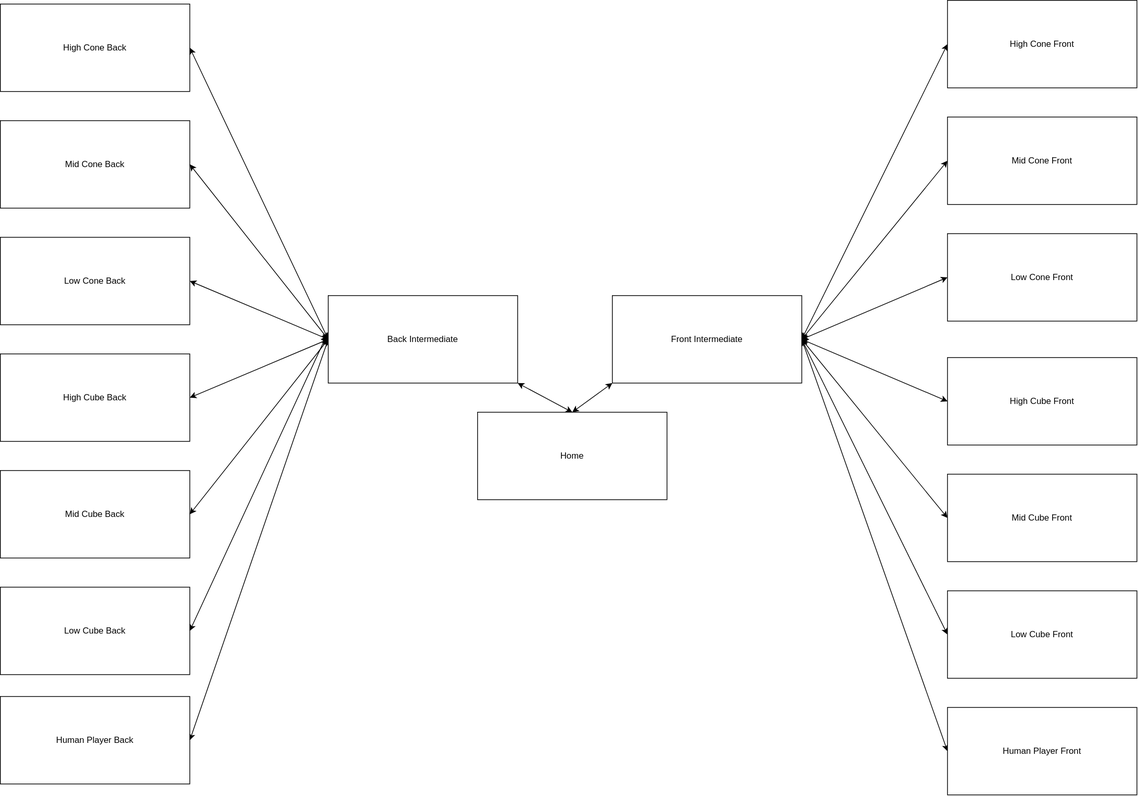
The draw.io diagram StateMachine.drawio.svg in frcteam195/2023_arm_node, before a commit. Source tidied: cells renumbered, new cells last; positions are measured from the earlier drawing's top-left corner, leaving out a move shared by most shapes.
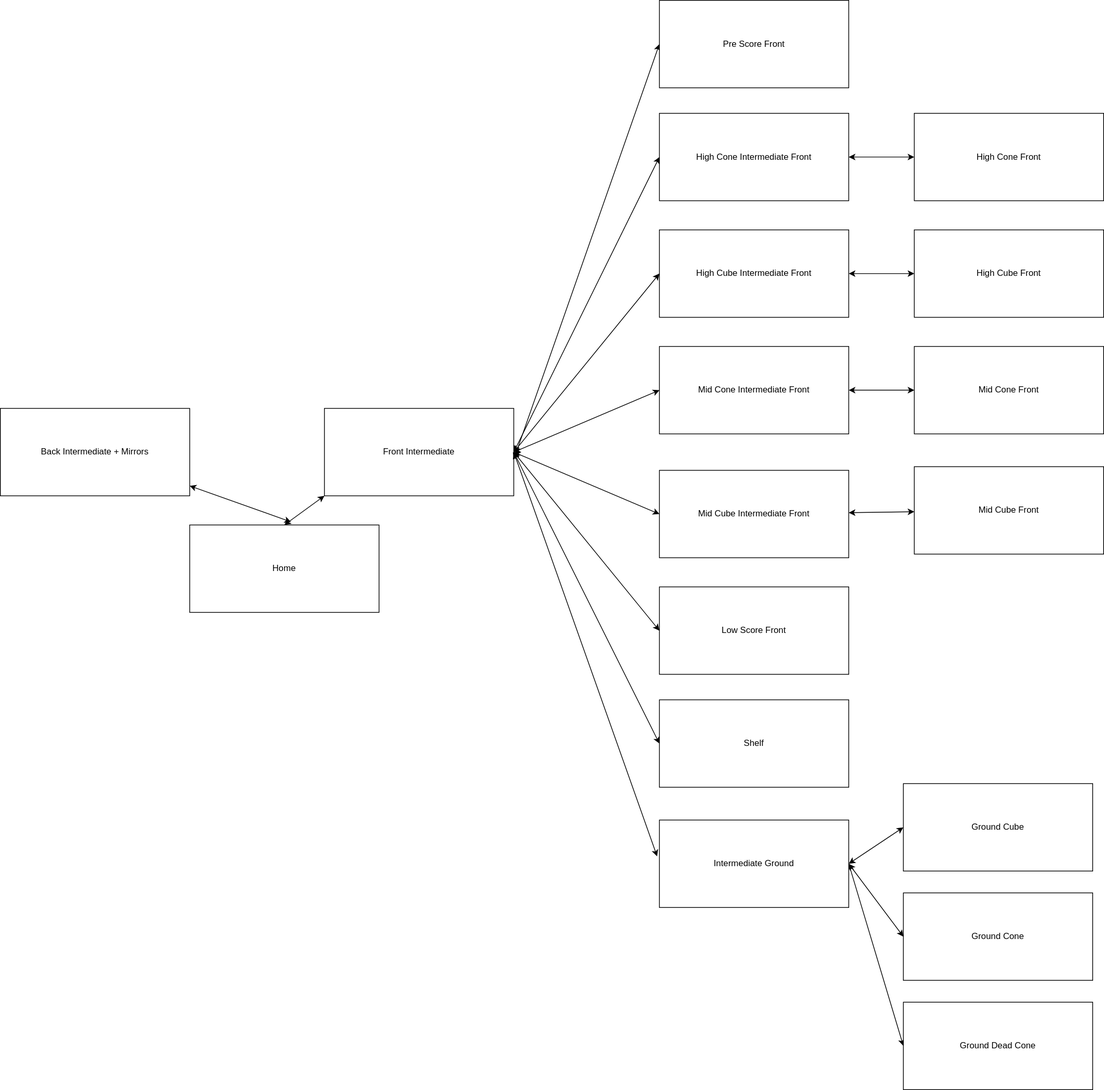
Above is the later version.

Diff of the diagram source:
```diff
@@ -8,7 +8,10 @@
     <mxCell id="3" style="edgeStyle=none;html=1;exitX=0;exitY=0.5;exitDx=0;exitDy=0;entryX=1;entryY=0.5;entryDx=0;entryDy=0;startArrow=classic;startFill=1;" parent="1" edge="1" source="4" target="34">
       <mxGeometry relative="1" as="geometry" />
     </mxCell>
+    <mxCell id="35" style="edgeStyle=none;html=1;entryX=0;entryY=0.5;entryDx=0;entryDy=0;startArrow=classic;startFill=1;" parent="1" edge="1" source="4" target="49">
+      <mxGeometry relative="1" as="geometry" />
+    </mxCell>
-    <mxCell id="4" value="High Cone Front" style="rounded=0;whiteSpace=wrap;html=1;" parent="1" vertex="1">
+    <mxCell id="4" value="High Cone Intermediate Front" style="rounded=0;whiteSpace=wrap;html=1;" parent="1" vertex="1">
       <mxGeometry x="1300" width="260" height="120" as="geometry" />
     </mxCell>
     <mxCell id="5" style="edgeStyle=none;html=1;exitX=0;exitY=0.5;exitDx=0;exitDy=0;startArrow=classic;startFill=1;" parent="1" edge="1" source="6">
@@ -16,7 +19,10 @@
         <mxPoint x="1100" y="465" as="targetPoint" />
       </mxGeometry>
     </mxCell>
+    <mxCell id="36" style="edgeStyle=none;html=1;entryX=0;entryY=0.5;entryDx=0;entryDy=0;startArrow=classic;startFill=1;" parent="1" edge="1" source="6" target="50">
+      <mxGeometry relative="1" as="geometry" />
+    </mxCell>
-    <mxCell id="6" value="Mid Cone Front" style="rounded=0;whiteSpace=wrap;html=1;" parent="1" vertex="1">
+    <mxCell id="6" value="High Cube Intermediate Front" style="rounded=0;whiteSpace=wrap;html=1;" parent="1" vertex="1">
       <mxGeometry x="1300" y="160" width="260" height="120" as="geometry" />
     </mxCell>
     <mxCell id="7" style="edgeStyle=none;html=1;exitX=0;exitY=0.5;exitDx=0;exitDy=0;startArrow=classic;startFill=1;" parent="1" edge="1" source="8">
@@ -24,7 +30,7 @@
         <mxPoint x="1100" y="465" as="targetPoint" />
       </mxGeometry>
     </mxCell>
-    <mxCell id="8" value="Low Cone Front" style="rounded=0;whiteSpace=wrap;html=1;" parent="1" vertex="1">
+    <mxCell id="8" value="Mid Cone Intermediate Front" style="rounded=0;whiteSpace=wrap;html=1;" parent="1" vertex="1">
       <mxGeometry x="1300" y="320" width="260" height="120" as="geometry" />
     </mxCell>
     <mxCell id="9" style="edgeStyle=none;html=1;exitX=0;exitY=0.5;exitDx=0;exitDy=0;startArrow=classic;startFill=1;" parent="1" edge="1" source="10">
@@ -32,7 +38,7 @@
         <mxPoint x="1100" y="465" as="targetPoint" />
       </mxGeometry>
     </mxCell>
-    <mxCell id="10" value="High Cube Front" style="rounded=0;whiteSpace=wrap;html=1;" parent="1" vertex="1">
+    <mxCell id="10" value="Mid Cube Intermediate Front" style="rounded=0;whiteSpace=wrap;html=1;" parent="1" vertex="1">
       <mxGeometry x="1300" y="490" width="260" height="120" as="geometry" />
     </mxCell>
     <mxCell id="11" style="edgeStyle=none;html=1;exitX=0;exitY=0.5;exitDx=0;exitDy=0;startArrow=classic;startFill=1;" parent="1" edge="1" source="12">
@@ -40,84 +46,80 @@
         <mxPoint x="1100" y="465" as="targetPoint" />
       </mxGeometry>
     </mxCell>
-    <mxCell id="12" value="Mid Cube Front" style="rounded=0;whiteSpace=wrap;html=1;" parent="1" vertex="1">
+    <mxCell id="12" value="Low Score Front" style="rounded=0;whiteSpace=wrap;html=1;" parent="1" vertex="1">
       <mxGeometry x="1300" y="650" width="260" height="120" as="geometry" />
     </mxCell>
-    <mxCell id="13" style="edgeStyle=none;html=1;exitX=0;exitY=0.5;exitDx=0;exitDy=0;startArrow=classic;startFill=1;" parent="1" edge="1" source="14">
-      <mxGeometry relative="1" as="geometry">
-        <mxPoint x="1100" y="465" as="targetPoint" />
-      </mxGeometry>
-    </mxCell>
-    <mxCell id="14" value="Low Cube Front" style="rounded=0;whiteSpace=wrap;html=1;" parent="1" vertex="1">
-      <mxGeometry x="1300" y="810" width="260" height="120" as="geometry" />
-    </mxCell>
-    <mxCell id="15" style="edgeStyle=none;html=1;exitX=1;exitY=0.5;exitDx=0;exitDy=0;entryX=0;entryY=0.5;entryDx=0;entryDy=0;startArrow=classic;startFill=1;" parent="1" edge="1" source="16" target="32">
-      <mxGeometry relative="1" as="geometry" />
-    </mxCell>
-    <mxCell id="16" value="High Cone Back" style="rounded=0;whiteSpace=wrap;html=1;" parent="1" vertex="1">
-      <mxGeometry y="5" width="260" height="120" as="geometry" />
-    </mxCell>
-    <mxCell id="17" style="edgeStyle=none;html=1;exitX=1;exitY=0.5;exitDx=0;exitDy=0;entryX=0;entryY=0.5;entryDx=0;entryDy=0;startArrow=classic;startFill=1;" parent="1" edge="1" source="18" target="32">
-      <mxGeometry relative="1" as="geometry" />
-    </mxCell>
-    <mxCell id="18" value="Mid Cone Back" style="rounded=0;whiteSpace=wrap;html=1;" parent="1" vertex="1">
-      <mxGeometry y="165" width="260" height="120" as="geometry" />
-    </mxCell>
-    <mxCell id="19" style="edgeStyle=none;html=1;exitX=1;exitY=0.5;exitDx=0;exitDy=0;entryX=0;entryY=0.5;entryDx=0;entryDy=0;startArrow=classic;startFill=1;" parent="1" edge="1" source="20" target="32">
-      <mxGeometry relative="1" as="geometry" />
-    </mxCell>
-    <mxCell id="20" value="Low Cone Back" style="rounded=0;whiteSpace=wrap;html=1;" parent="1" vertex="1">
-      <mxGeometry y="325" width="260" height="120" as="geometry" />
-    </mxCell>
-    <mxCell id="21" style="edgeStyle=none;html=1;exitX=1;exitY=0.5;exitDx=0;exitDy=0;startArrow=classic;startFill=1;" parent="1" edge="1" source="22">
-      <mxGeometry relative="1" as="geometry">
-        <mxPoint x="450" y="455" as="targetPoint" />
-      </mxGeometry>
-    </mxCell>
-    <mxCell id="22" value="Low Cube Back" style="rounded=0;whiteSpace=wrap;html=1;" parent="1" vertex="1">
-      <mxGeometry y="805" width="260" height="120" as="geometry" />
-    </mxCell>
-    <mxCell id="23" style="edgeStyle=none;html=1;exitX=1;exitY=0.5;exitDx=0;exitDy=0;entryX=0;entryY=0.5;entryDx=0;entryDy=0;startArrow=classic;startFill=1;" parent="1" edge="1" source="24" target="32">
-      <mxGeometry relative="1" as="geometry" />
-    </mxCell>
-    <mxCell id="24" value="Mid Cube Back" style="rounded=0;whiteSpace=wrap;html=1;" parent="1" vertex="1">
-      <mxGeometry y="645" width="260" height="120" as="geometry" />
-    </mxCell>
-    <mxCell id="25" style="edgeStyle=none;html=1;exitX=1;exitY=0.5;exitDx=0;exitDy=0;startArrow=classic;startFill=1;" parent="1" edge="1" source="26">
-      <mxGeometry relative="1" as="geometry">
-        <mxPoint x="450" y="465" as="targetPoint" />
-      </mxGeometry>
-    </mxCell>
-    <mxCell id="26" value="High Cube Back" style="rounded=0;whiteSpace=wrap;html=1;" parent="1" vertex="1">
-      <mxGeometry y="485" width="260" height="120" as="geometry" />
-    </mxCell>
-    <mxCell id="27" style="edgeStyle=none;html=1;exitX=1;exitY=0.5;exitDx=0;exitDy=0;startArrow=classic;startFill=1;" parent="1" edge="1" source="28">
-      <mxGeometry relative="1" as="geometry">
-        <mxPoint x="450" y="465" as="targetPoint" />
-      </mxGeometry>
-    </mxCell>
-    <mxCell id="28" value="Human Player Back" style="rounded=0;whiteSpace=wrap;html=1;" parent="1" vertex="1">
-      <mxGeometry y="955" width="260" height="120" as="geometry" />
-    </mxCell>
     <mxCell id="29" style="edgeStyle=none;html=1;exitX=0;exitY=0.5;exitDx=0;exitDy=0;startArrow=classic;startFill=1;" parent="1" edge="1" source="30">
       <mxGeometry relative="1" as="geometry">
         <mxPoint x="1100" y="465" as="targetPoint" />
       </mxGeometry>
     </mxCell>
-    <mxCell id="30" value="Human Player Front" style="rounded=0;whiteSpace=wrap;html=1;" parent="1" vertex="1">
-      <mxGeometry x="1300" y="970" width="260" height="120" as="geometry" />
+    <mxCell id="30" value="Shelf" style="rounded=0;whiteSpace=wrap;html=1;" parent="1" vertex="1">
+      <mxGeometry x="1300" y="805" width="260" height="120" as="geometry" />
     </mxCell>
-    <mxCell id="31" style="edgeStyle=none;html=1;exitX=1;exitY=1;exitDx=0;exitDy=0;entryX=0.5;entryY=0;entryDx=0;entryDy=0;startArrow=classic;startFill=1;" parent="1" edge="1" source="32" target="2">
-      <mxGeometry relative="1" as="geometry" />
-    </mxCell>
-    <mxCell id="32" value="Back Intermediate" style="rounded=0;whiteSpace=wrap;html=1;" parent="1" vertex="1">
-      <mxGeometry x="450" y="405" width="260" height="120" as="geometry" />
-    </mxCell>
     <mxCell id="33" style="edgeStyle=none;html=1;exitX=0;exitY=1;exitDx=0;exitDy=0;entryX=0.5;entryY=0;entryDx=0;entryDy=0;startArrow=classic;startFill=1;" parent="1" edge="1" source="34" target="2">
       <mxGeometry relative="1" as="geometry" />
     </mxCell>
     <mxCell id="34" value="Front Intermediate" style="rounded=0;whiteSpace=wrap;html=1;" parent="1" vertex="1">
       <mxGeometry x="840" y="405" width="260" height="120" as="geometry" />
     </mxCell>
+    <mxCell id="37" style="edgeStyle=none;html=1;entryX=0.535;entryY=-0.035;entryDx=0;entryDy=0;entryPerimeter=0;startArrow=classic;startFill=1;" parent="1" edge="1" source="38" target="2">
+      <mxGeometry relative="1" as="geometry" />
+    </mxCell>
+    <mxCell id="38" value="Back Intermediate + Mirrors" style="rounded=0;whiteSpace=wrap;html=1;" parent="1" vertex="1">
+      <mxGeometry x="395" y="405" width="260" height="120" as="geometry" />
+    </mxCell>
+    <mxCell id="39" style="edgeStyle=none;html=1;startArrow=classic;startFill=1;exitX=-0.012;exitY=0.415;exitDx=0;exitDy=0;exitPerimeter=0;" parent="1" edge="1" source="43">
+      <mxGeometry relative="1" as="geometry">
+        <mxPoint x="1100" y="465" as="targetPoint" />
+      </mxGeometry>
+    </mxCell>
+    <mxCell id="40" style="edgeStyle=none;html=1;entryX=0;entryY=0.5;entryDx=0;entryDy=0;startArrow=classic;startFill=1;exitX=1;exitY=0.5;exitDx=0;exitDy=0;" parent="1" edge="1" source="43" target="45">
+      <mxGeometry relative="1" as="geometry" />
+    </mxCell>
+    <mxCell id="41" style="edgeStyle=none;html=1;entryX=0;entryY=0.5;entryDx=0;entryDy=0;startArrow=classic;startFill=1;exitX=1;exitY=0.5;exitDx=0;exitDy=0;" parent="1" edge="1" source="43" target="44">
+      <mxGeometry relative="1" as="geometry" />
+    </mxCell>
+    <mxCell id="42" style="edgeStyle=none;html=1;entryX=0;entryY=0.5;entryDx=0;entryDy=0;startArrow=classic;startFill=1;exitX=1;exitY=0.5;exitDx=0;exitDy=0;" parent="1" edge="1" source="43" target="46">
+      <mxGeometry relative="1" as="geometry" />
+    </mxCell>
+    <mxCell id="43" value="Intermediate Ground" style="rounded=0;whiteSpace=wrap;html=1;" parent="1" vertex="1">
+      <mxGeometry x="1300" y="970" width="260" height="120" as="geometry" />
+    </mxCell>
+    <mxCell id="44" value="Ground Cone" style="rounded=0;whiteSpace=wrap;html=1;" parent="1" vertex="1">
+      <mxGeometry x="1635" y="1070" width="260" height="120" as="geometry" />
+    </mxCell>
+    <mxCell id="45" value="Ground Cube" style="rounded=0;whiteSpace=wrap;html=1;" parent="1" vertex="1">
+      <mxGeometry x="1635" y="920" width="260" height="120" as="geometry" />
+    </mxCell>
+    <mxCell id="46" value="Ground Dead Cone" style="rounded=0;whiteSpace=wrap;html=1;" parent="1" vertex="1">
+      <mxGeometry x="1635" y="1220" width="260" height="120" as="geometry" />
+    </mxCell>
+    <mxCell id="47" style="edgeStyle=none;html=1;startArrow=classic;startFill=1;exitX=0;exitY=0.5;exitDx=0;exitDy=0;" parent="1" edge="1" source="48">
+      <mxGeometry relative="1" as="geometry">
+        <mxPoint x="1100" y="475" as="targetPoint" />
+      </mxGeometry>
+    </mxCell>
+    <mxCell id="48" value="Pre Score Front" style="rounded=0;whiteSpace=wrap;html=1;" parent="1" vertex="1">
+      <mxGeometry x="1300" y="-155" width="260" height="120" as="geometry" />
+    </mxCell>
+    <mxCell id="49" value="High Cone Front" style="rounded=0;whiteSpace=wrap;html=1;" parent="1" vertex="1">
+      <mxGeometry x="1650" width="260" height="120" as="geometry" />
+    </mxCell>
+    <mxCell id="50" value="High Cube Front" style="rounded=0;whiteSpace=wrap;html=1;" parent="1" vertex="1">
+      <mxGeometry x="1650" y="160" width="260" height="120" as="geometry" />
+    </mxCell>
+    <mxCell id="51" style="edgeStyle=none;html=1;startArrow=classic;startFill=1;" parent="1" edge="1" source="52" target="8">
+      <mxGeometry relative="1" as="geometry" />
+    </mxCell>
+    <mxCell id="52" value="Mid Cone Front" style="rounded=0;whiteSpace=wrap;html=1;" parent="1" vertex="1">
+      <mxGeometry x="1650" y="320" width="260" height="120" as="geometry" />
+    </mxCell>
+    <mxCell id="53" style="edgeStyle=none;html=1;startArrow=classic;startFill=1;" parent="1" edge="1" source="54" target="10">
+      <mxGeometry relative="1" as="geometry" />
+    </mxCell>
+    <mxCell id="54" value="Mid Cube Front" style="rounded=0;whiteSpace=wrap;html=1;" parent="1" vertex="1">
+      <mxGeometry x="1650" y="485" width="260" height="120" as="geometry" />
+    </mxCell>
   </root>
 </mxGraphModel>
```
